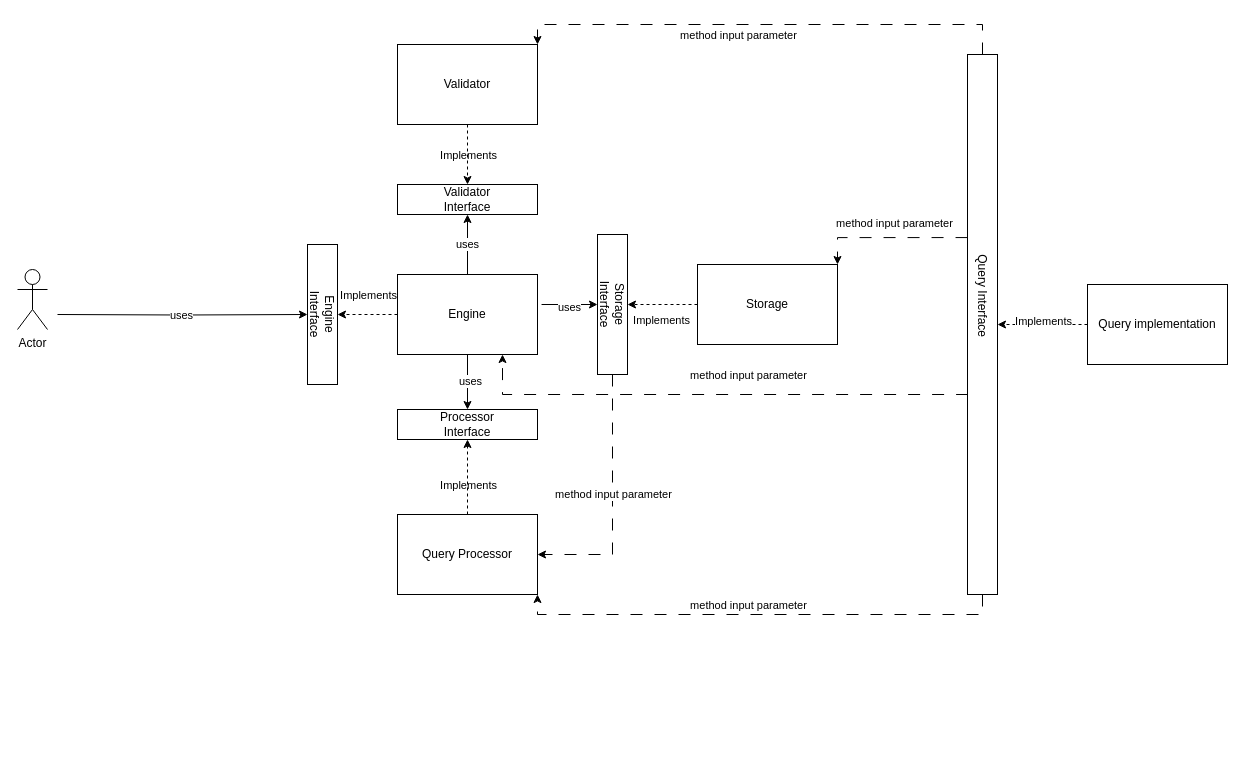
Earlier version of the draw.io diagram page "db-system" (2 of 3) of demo.drawio (abhihayer/Drawings). Source tidied: cells renumbered, new cells numbered last; positions are measured from the earlier drawing's top-left corner, leaving out a move shared by most shapes. Both pictures are drawn from the tidied source at 100%, with x=0, y=0 at pixel (17, 34).
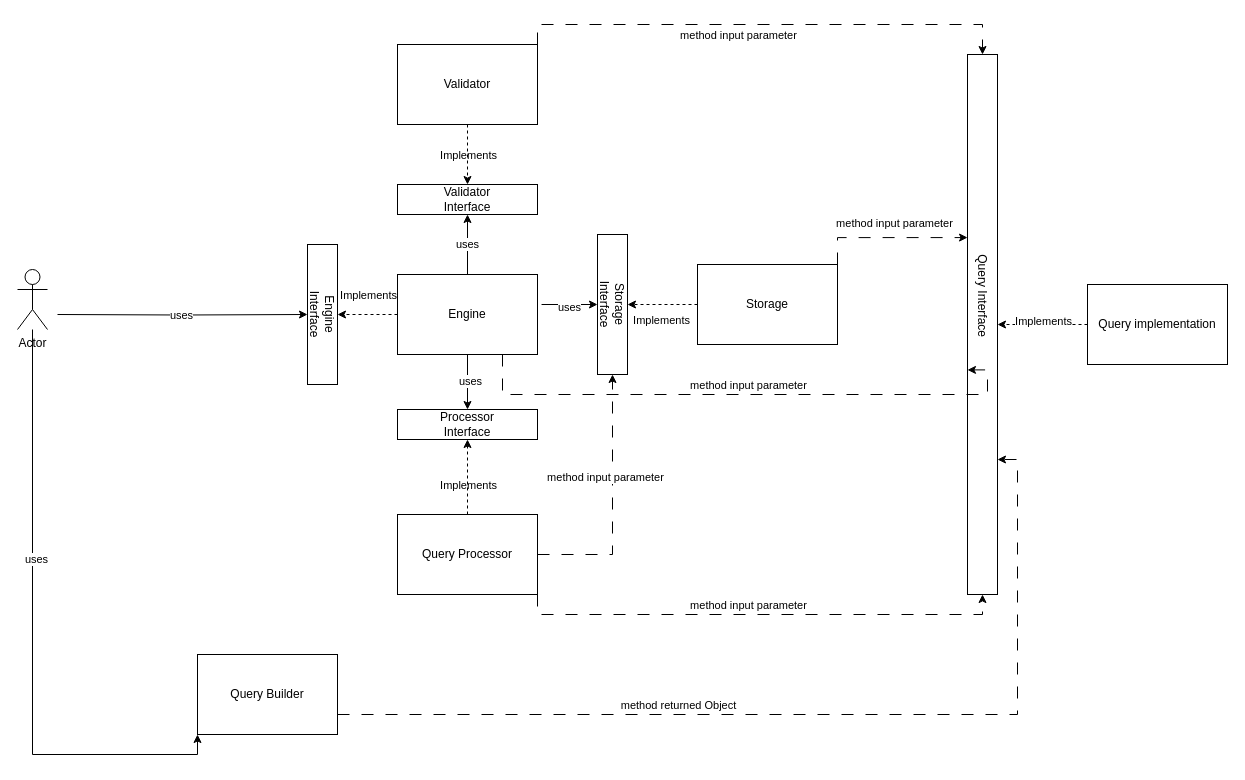
Above is the later version.

Unchanged cells that the change refers to:
```xml
<mxCell id="5" value="Engine" style="rounded=0;whiteSpace=wrap;html=1;" parent="1" vertex="1">
  <mxGeometry x="380" y="240" width="140" height="80" as="geometry" />
</mxCell>
<mxCell id="11" value="Actor" style="shape=umlActor;verticalLabelPosition=bottom;verticalAlign=top;html=1;outlineConnect=0;" parent="1" vertex="1">
  <mxGeometry y="235" width="30" height="60" as="geometry" />
</mxCell>
<mxCell id="17" value="Storage" style="rounded=0;whiteSpace=wrap;html=1;" parent="1" vertex="1">
  <mxGeometry x="680" y="230" width="140" height="80" as="geometry" />
</mxCell>
<mxCell id="19" value="Query Processor" style="rounded=0;whiteSpace=wrap;html=1;" parent="1" vertex="1">
  <mxGeometry x="380" y="480" width="140" height="80" as="geometry" />
</mxCell>
<mxCell id="21" style="rounded=0;whiteSpace=wrap;html=1;" parent="20" vertex="1">
  <mxGeometry width="30" height="140" as="geometry" />
</mxCell>
<mxCell id="34" value="Validator" style="rounded=0;whiteSpace=wrap;html=1;" parent="1" vertex="1">
  <mxGeometry x="380" y="10" width="140" height="80" as="geometry" />
</mxCell>
<mxCell id="38" style="rounded=0;whiteSpace=wrap;html=1;" parent="37" vertex="1">
  <mxGeometry y="-160" width="30" height="540" as="geometry" />
</mxCell>
<mxCell id="39" value="Query Interface" style="text;html=1;whiteSpace=wrap;strokeColor=none;fillColor=none;align=center;verticalAlign=middle;rounded=0;rotation=90;" parent="37" vertex="1">
  <mxGeometry x="-101.2" y="66.2" width="232.5" height="30" as="geometry" />
</mxCell>
```

Diff of the diagram source:
```diff
@@
+    <mxCell id="51" style="edgeStyle=orthogonalEdgeStyle;rounded=0;jettySize=auto;html=1;entryX=0;entryY=1;entryDx=0;entryDy=0;" parent="1" edge="1" source="11" target="53">
+      <mxGeometry relative="1" as="geometry">
+        <Array as="points">
+          <mxPoint x="15" y="720" />
+          <mxPoint x="180" y="720" />
+        </Array>
+      </mxGeometry>
+    </mxCell>
+    <mxCell id="52" value="uses" style="edgeLabel;html=1;align=center;verticalAlign=middle;" parent="51" vertex="1">
+      <mxGeometry x="-0.25" y="3" relative="1" as="geometry" />
+    </mxCell>
@@
-    <mxCell id="35" style="edgeStyle=orthogonalEdgeStyle;rounded=0;jettySize=auto;html=1;exitX=0.5;exitY=1;exitDx=0;exitDy=0;entryX=1;entryY=0.5;entryDx=0;entryDy=0;dashed=1;dashPattern=12 12;" parent="1" edge="1" source="21" target="19">
+    <mxCell id="35" style="edgeStyle=orthogonalEdgeStyle;rounded=0;jettySize=auto;html=1;exitX=1;exitY=0.5;exitDx=0;exitDy=0;entryX=0.5;entryY=1;entryDx=0;entryDy=0;dashed=1;dashPattern=12 12;" parent="1" edge="1" source="19" target="21">
       <mxGeometry relative="1" as="geometry" />
     </mxCell>
@@
-    <mxCell id="43" style="edgeStyle=orthogonalEdgeStyle;rounded=0;jettySize=auto;html=1;exitX=0.5;exitY=0;exitDx=0;exitDy=0;entryX=1;entryY=0;entryDx=0;entryDy=0;dashed=1;dashPattern=12 12;" parent="1" edge="1" source="38" target="34">
+    <mxCell id="43" style="edgeStyle=orthogonalEdgeStyle;rounded=0;jettySize=auto;html=1;exitX=1;exitY=0;exitDx=0;exitDy=0;entryX=0.5;entryY=0;entryDx=0;entryDy=0;dashed=1;dashPattern=12 12;" parent="1" edge="1" source="34" target="38">
       <mxGeometry relative="1" as="geometry" />
     </mxCell>
-    <mxCell id="44" style="edgeStyle=orthogonalEdgeStyle;rounded=0;jettySize=auto;html=1;exitX=0.5;exitY=1;exitDx=0;exitDy=0;entryX=1;entryY=1;entryDx=0;entryDy=0;dashed=1;dashPattern=12 12;" parent="1" edge="1" source="38" target="19">
+    <mxCell id="44" style="edgeStyle=orthogonalEdgeStyle;rounded=0;jettySize=auto;html=1;exitX=1;exitY=1;exitDx=0;exitDy=0;entryX=0.5;entryY=1;entryDx=0;entryDy=0;dashed=1;dashPattern=12 12;" parent="1" edge="1" source="19" target="38">
       <mxGeometry relative="1" as="geometry" />
     </mxCell>
-    <mxCell id="45" style="edgeStyle=orthogonalEdgeStyle;rounded=0;jettySize=auto;html=1;exitX=0.25;exitY=1;exitDx=0;exitDy=0;entryX=1;entryY=0;entryDx=0;entryDy=0;dashed=1;dashPattern=12 12;" parent="1" edge="1" source="39" target="17">
+    <mxCell id="45" style="edgeStyle=orthogonalEdgeStyle;rounded=0;jettySize=auto;html=1;exitX=1;exitY=0;exitDx=0;exitDy=0;entryX=0.25;entryY=1;entryDx=0;entryDy=0;dashed=1;dashPattern=12 12;" parent="1" edge="1" source="17" target="39">
       <mxGeometry relative="1" as="geometry" />
     </mxCell>
-    <mxCell id="46" style="edgeStyle=orthogonalEdgeStyle;rounded=0;jettySize=auto;html=1;exitX=0.75;exitY=1;exitDx=0;exitDy=0;entryX=0.75;entryY=1;entryDx=0;entryDy=0;dashed=1;dashPattern=12 12;" parent="1" edge="1" target="5">
+    <mxCell id="46" style="edgeStyle=orthogonalEdgeStyle;rounded=0;jettySize=auto;html=1;exitX=0.75;exitY=1;exitDx=0;exitDy=0;entryX=0.75;entryY=1;entryDx=0;entryDy=0;dashed=1;dashPattern=12 12;" parent="1" edge="1" source="5">
       <mxGeometry relative="1" as="geometry">
-        <mxPoint x="950" y="335.4" as="sourcePoint" />
+        <mxPoint x="950" y="335.4" as="targetPoint" />
         <Array as="points">
-          <mxPoint x="950" y="360" />
           <mxPoint x="485" y="360" />
+          <mxPoint x="970" y="360" />
+          <mxPoint x="970" y="335" />
         </Array>
       </mxGeometry>
     </mxCell>
@@
     <mxCell id="48" value="method input parameter" style="edgeLabel;html=1;align=center;verticalAlign=middle;" parent="1" vertex="1">
-      <mxGeometry x="730" y="340" as="geometry" />
+      <mxGeometry x="730" y="350" as="geometry" />
     </mxCell>
@@
+    <mxCell id="53" value="Query Builder" style="rounded=0;whiteSpace=wrap;html=1;" parent="1" vertex="1">
+      <mxGeometry x="180" y="620" width="140" height="80" as="geometry" />
+    </mxCell>
+    <mxCell id="54" style="edgeStyle=orthogonalEdgeStyle;rounded=0;jettySize=auto;html=1;exitX=1;exitY=0.75;exitDx=0;exitDy=0;entryX=1;entryY=0.75;entryDx=0;entryDy=0;dashed=1;dashPattern=12 12;" parent="1" edge="1" source="53" target="38">
+      <mxGeometry relative="1" as="geometry" />
+    </mxCell>
+    <mxCell id="55" value="method returned Object" style="edgeLabel;html=1;align=center;verticalAlign=middle;" parent="1" vertex="1">
+      <mxGeometry x="660" y="670" as="geometry" />
+    </mxCell>
```
